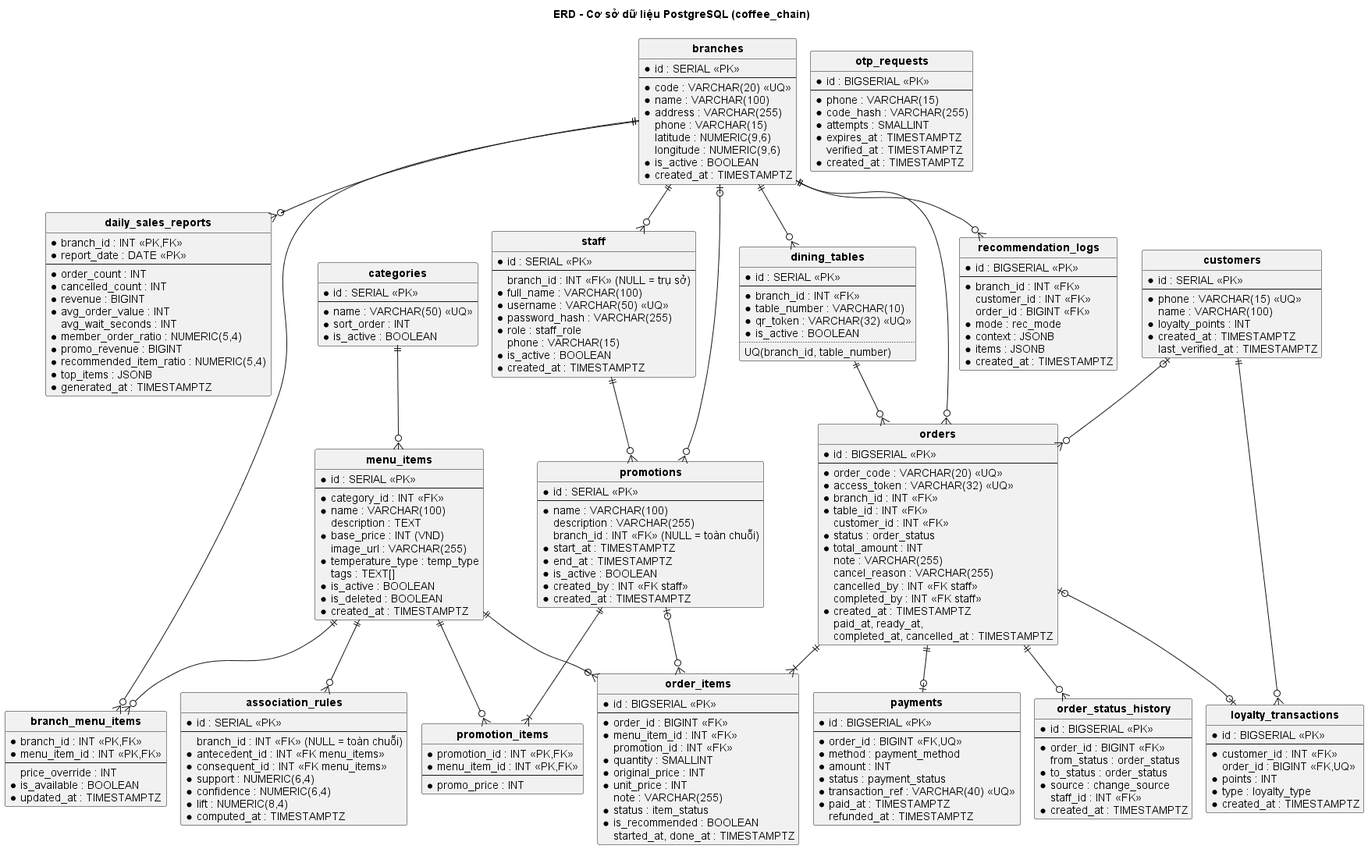
Before: 1.Bao_cao/Thiet_ke_he_thong/diagrams/png/IV_erd.png, a diagram exported from PlantUML (thanhbinh0493/smartcafe). Its diagram source:
```plantuml
@startuml IV_erd
!pragma layout smetana
skinparam defaultFontName Arial
skinparam linetype ortho
hide circle
hide methods
skinparam classFontStyle bold
title ERD - Cơ sở dữ liệu PostgreSQL (coffee_chain)

entity branches {
  * id : SERIAL <<PK>>
  --
  * code : VARCHAR(20) <<UQ>>
  * name : VARCHAR(100)
  * address : VARCHAR(255)
  phone : VARCHAR(15)
  latitude : NUMERIC(9,6)
  longitude : NUMERIC(9,6)
  * is_active : BOOLEAN
  * created_at : TIMESTAMPTZ
}

entity staff {
  * id : SERIAL <<PK>>
  --
  branch_id : INT <<FK>> (NULL = trụ sở)
  * full_name : VARCHAR(100)
  * username : VARCHAR(50) <<UQ>>
  * password_hash : VARCHAR(255)
  * role : staff_role
  phone : VARCHAR(15)
  * is_active : BOOLEAN
  * created_at : TIMESTAMPTZ
}

entity categories {
  * id : SERIAL <<PK>>
  --
  * name : VARCHAR(50) <<UQ>>
  * sort_order : INT
  * is_active : BOOLEAN
}

entity menu_items {
  * id : SERIAL <<PK>>
  --
  * category_id : INT <<FK>>
  * name : VARCHAR(100)
  description : TEXT
  * base_price : INT (VND)
  image_url : VARCHAR(255)
  * temperature_type : temp_type
  tags : TEXT[]
  * is_active : BOOLEAN
  * is_deleted : BOOLEAN
  * created_at : TIMESTAMPTZ
}

entity branch_menu_items {
  * branch_id : INT <<PK,FK>>
  * menu_item_id : INT <<PK,FK>>
  --
  price_override : INT
  * is_available : BOOLEAN
  * updated_at : TIMESTAMPTZ
}

entity promotions {
  * id : SERIAL <<PK>>
  --
  * name : VARCHAR(100)
  description : VARCHAR(255)
  branch_id : INT <<FK>> (NULL = toàn chuỗi)
  * start_at : TIMESTAMPTZ
  * end_at : TIMESTAMPTZ
  * is_active : BOOLEAN
  * created_by : INT <<FK staff>>
  * created_at : TIMESTAMPTZ
}

entity promotion_items {
  * promotion_id : INT <<PK,FK>>
  * menu_item_id : INT <<PK,FK>>
  --
  * promo_price : INT
}

entity dining_tables {
  * id : SERIAL <<PK>>
  --
  * branch_id : INT <<FK>>
  * table_number : VARCHAR(10)
  * qr_token : VARCHAR(32) <<UQ>>
  * is_active : BOOLEAN
  ..
  UQ(branch_id, table_number)
}

entity customers {
  * id : SERIAL <<PK>>
  --
  * phone : VARCHAR(15) <<UQ>>
  name : VARCHAR(100)
  * loyalty_points : INT
  * created_at : TIMESTAMPTZ
  last_verified_at : TIMESTAMPTZ
}

entity otp_requests {
  * id : BIGSERIAL <<PK>>
  --
  * phone : VARCHAR(15)
  * code_hash : VARCHAR(255)
  * attempts : SMALLINT
  * expires_at : TIMESTAMPTZ
  verified_at : TIMESTAMPTZ
  * created_at : TIMESTAMPTZ
}

entity loyalty_transactions {
  * id : BIGSERIAL <<PK>>
  --
  * customer_id : INT <<FK>>
  order_id : BIGINT <<FK,UQ>>
  * points : INT
  * type : loyalty_type
  * created_at : TIMESTAMPTZ
}

entity orders {
  * id : BIGSERIAL <<PK>>
  --
  * order_code : VARCHAR(20) <<UQ>>
  * access_token : VARCHAR(32) <<UQ>>
  * branch_id : INT <<FK>>
  * table_id : INT <<FK>>
  customer_id : INT <<FK>>
  * status : order_status
  * total_amount : INT
  note : VARCHAR(255)
  cancel_reason : VARCHAR(255)
  cancelled_by : INT <<FK staff>>
  completed_by : INT <<FK staff>>
  * created_at : TIMESTAMPTZ
  paid_at, ready_at,
  completed_at, cancelled_at : TIMESTAMPTZ
}

entity order_items {
  * id : BIGSERIAL <<PK>>
  --
  * order_id : BIGINT <<FK>>
  * menu_item_id : INT <<FK>>
  promotion_id : INT <<FK>>
  * quantity : SMALLINT
  * original_price : INT
  * unit_price : INT
  note : VARCHAR(255)
  * status : item_status
  * is_recommended : BOOLEAN
  started_at, done_at : TIMESTAMPTZ
}

entity order_status_history {
  * id : BIGSERIAL <<PK>>
  --
  * order_id : BIGINT <<FK>>
  from_status : order_status
  * to_status : order_status
  * source : change_source
  staff_id : INT <<FK>>
  * created_at : TIMESTAMPTZ
}

entity payments {
  * id : BIGSERIAL <<PK>>
  --
  * order_id : BIGINT <<FK,UQ>>
  * method : payment_method
  * amount : INT
  * status : payment_status
  * transaction_ref : VARCHAR(40) <<UQ>>
  * paid_at : TIMESTAMPTZ
  refunded_at : TIMESTAMPTZ
}

entity recommendation_logs {
  * id : BIGSERIAL <<PK>>
  --
  * branch_id : INT <<FK>>
  customer_id : INT <<FK>>
  order_id : BIGINT <<FK>>
  * mode : rec_mode
  * context : JSONB
  * items : JSONB
  * created_at : TIMESTAMPTZ
}

entity daily_sales_reports {
  * branch_id : INT <<PK,FK>>
  * report_date : DATE <<PK>>
  --
  * order_count : INT
  * cancelled_count : INT
  * revenue : BIGINT
  * avg_order_value : INT
  avg_wait_seconds : INT
  * member_order_ratio : NUMERIC(5,4)
  * promo_revenue : BIGINT
  * recommended_item_ratio : NUMERIC(5,4)
  * top_items : JSONB
  * generated_at : TIMESTAMPTZ
}

entity association_rules {
  * id : SERIAL <<PK>>
  --
  branch_id : INT <<FK>> (NULL = toàn chuỗi)
  * antecedent_id : INT <<FK menu_items>>
  * consequent_id : INT <<FK menu_items>>
  * support : NUMERIC(6,4)
  * confidence : NUMERIC(6,4)
  * lift : NUMERIC(8,4)
  * computed_at : TIMESTAMPTZ
}

branches ||--o{ staff
branches ||--o{ dining_tables
branches ||--o{ branch_menu_items
branches |o--o{ promotions
branches ||--o{ orders
branches ||--o{ recommendation_logs
branches ||--o{ daily_sales_reports
categories ||--o{ menu_items
menu_items ||--o{ branch_menu_items
menu_items ||--o{ promotion_items
menu_items ||--o{ order_items
menu_items ||--o{ association_rules
promotions ||--|{ promotion_items
promotions |o--o{ order_items
staff ||--o{ promotions
dining_tables ||--o{ orders
customers |o--o{ orders
customers ||--o{ loyalty_transactions
orders |o--o| loyalty_transactions
orders ||--|{ order_items
orders ||--o| payments
orders ||--o{ order_status_history
@enduml
```
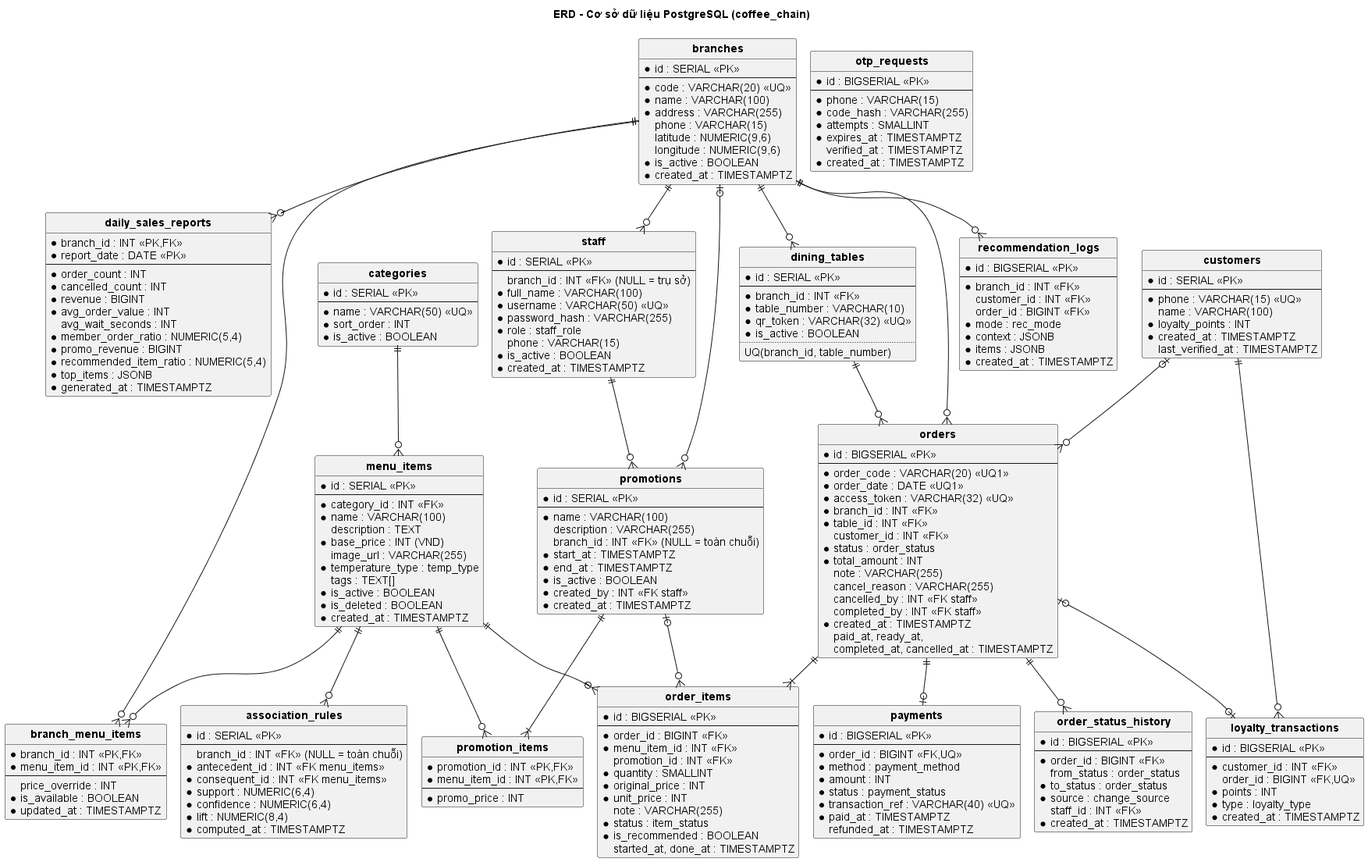
Later version of the same file.

Diff of the diagram source:
```diff
@@ -130,7 +130,8 @@
 entity orders {
   * id : BIGSERIAL <<PK>>
   --
-  * order_code : VARCHAR(20) <<UQ>>
+  * order_code : VARCHAR(20) <<UQ1>>
+  * order_date : DATE <<UQ1>>
   * access_token : VARCHAR(32) <<UQ>>
   * branch_id : INT <<FK>>
   * table_id : INT <<FK>>
```
